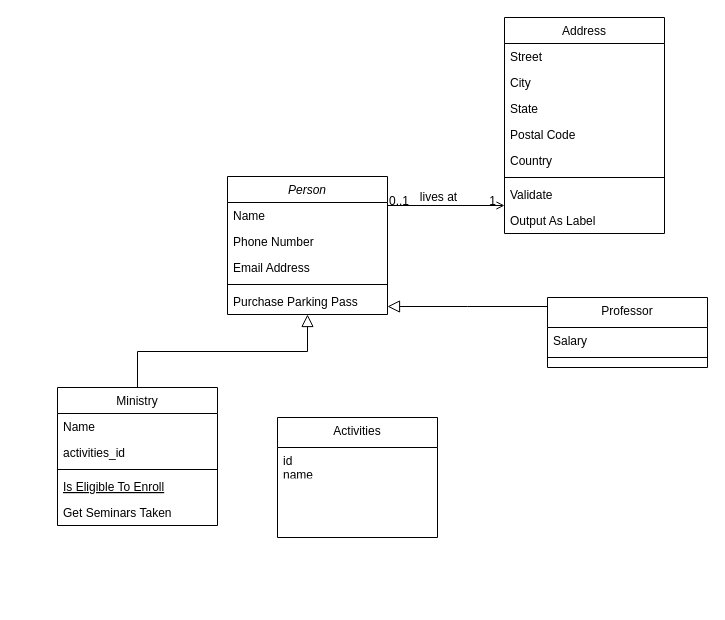
Above: Untitled Diagram.drawio in emillyvsl/arquivos-bd2023 (draw.io), before the change. Source tidied: cells renumbered, new cells numbered last; positions are measured from the earlier drawing's top-left corner, leaving out a move shared by most shapes. Both pictures are drawn from the tidied source at 100%, with x=0, y=0 at pixel (57, 17).
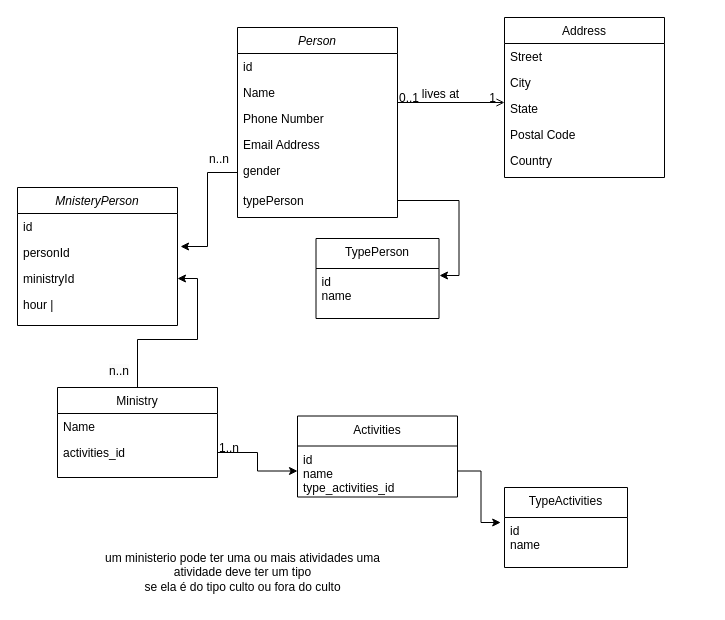
Above is the later version.

Unchanged cells that the change refers to:
```xml
<mxCell id="10" value="activities_id" style="text;align=left;verticalAlign=top;spacingLeft=4;spacingRight=4;overflow=hidden;points=[[0,0.5],[1,0.5]];portConstraint=eastwest;rounded=0;shadow=0;html=0;" parent="8" vertex="1">
  <mxGeometry y="52" width="160" height="26" as="geometry" />
</mxCell>
```

Diff of the diagram source:
```diff
@@
     <mxCell id="2" value="Person" style="swimlane;fontStyle=2;align=center;verticalAlign=top;horizontal=1;startSize=26;rounded=0;shadow=0;strokeWidth=1;" parent="1" vertex="1">
-      <mxGeometry x="170" y="159" width="160" height="138" as="geometry" />
+      <mxGeometry x="180" y="10" width="160" height="190" as="geometry" />
     </mxCell>
+    <mxCell id="34" value="id" style="text;align=left;verticalAlign=top;spacingLeft=4;spacingRight=4;overflow=hidden;" parent="2" vertex="1">
+      <mxGeometry y="26" width="160" height="26" as="geometry" />
+    </mxCell>
     <mxCell id="3" value="Name" style="text;align=left;verticalAlign=top;spacingLeft=4;spacingRight=4;overflow=hidden;" parent="2" vertex="1">
-      <mxGeometry y="26" width="160" height="26" as="geometry" />
+      <mxGeometry y="52" width="160" height="26" as="geometry" />
     </mxCell>
     <mxCell id="4" value="Phone Number" style="text;align=left;verticalAlign=top;spacingLeft=4;spacingRight=4;overflow=hidden;rounded=0;shadow=0;html=0;" parent="2" vertex="1">
-      <mxGeometry y="52" width="160" height="26" as="geometry" />
+      <mxGeometry y="78" width="160" height="26" as="geometry" />
     </mxCell>
     <mxCell id="5" value="Email Address" style="text;align=left;verticalAlign=top;spacingLeft=4;spacingRight=4;overflow=hidden;rounded=0;shadow=0;html=0;" parent="2" vertex="1">
-      <mxGeometry y="78" width="160" height="26" as="geometry" />
+      <mxGeometry y="104" width="160" height="26" as="geometry" />
     </mxCell>
-    <mxCell id="6" style="line;html=1;strokeWidth=1;align=left;verticalAlign=middle;spacingTop=-1;spacingLeft=3;spacingRight=3;labelPosition=right;" parent="2" vertex="1">
-      <mxGeometry y="104" width="160" height="8" as="geometry" />
-    </mxCell>
-    <mxCell id="7" value="Purchase Parking Pass" style="text;align=left;verticalAlign=top;spacingLeft=4;spacingRight=4;overflow=hidden;" parent="2" vertex="1">
-      <mxGeometry y="112" width="160" height="26" as="geometry" />
-    </mxCell>
+    <mxCell id="35" value="gender" style="text;align=left;verticalAlign=top;spacingLeft=4;spacingRight=4;overflow=hidden;points=[[0,0.5],[1,0.5]];portConstraint=eastwest;" parent="2" vertex="1">
+      <mxGeometry y="130" width="160" height="30" as="geometry" />
+    </mxCell>
+    <mxCell id="36" value="typePerson" style="text;align=left;verticalAlign=top;spacingLeft=4;spacingRight=4;overflow=hidden;points=[[0,0.5],[1,0.5]];portConstraint=eastwest;rounded=0;shadow=0;html=0;" parent="2" vertex="1">
+      <mxGeometry y="160" width="160" height="26" as="geometry" />
+    </mxCell>
+    <mxCell id="37" style="edgeStyle=orthogonalEdgeStyle;rounded=0;jettySize=auto;html=1;exitX=0.5;exitY=0;exitDx=0;exitDy=0;entryX=1;entryY=0.5;entryDx=0;entryDy=0;" parent="1" edge="1" source="8" target="47">
+      <mxGeometry relative="1" as="geometry" />
+    </mxCell>
     <mxCell id="8" value="Ministry" style="swimlane;fontStyle=0;align=center;verticalAlign=top;horizontal=1;startSize=26;rounded=0;shadow=0;strokeWidth=1;" parent="1" vertex="1">
-      <mxGeometry y="370" width="160" height="138" as="geometry" />
+      <mxGeometry y="370" width="160" height="90" as="geometry" />
     </mxCell>
@@
-    <mxCell id="11" style="line;html=1;strokeWidth=1;align=left;verticalAlign=middle;spacingTop=-1;spacingLeft=3;spacingRight=3;labelPosition=right;" parent="8" vertex="1">
-      <mxGeometry y="78" width="160" height="8" as="geometry" />
-    </mxCell>
-    <mxCell id="12" value="Is Eligible To Enroll" style="text;align=left;verticalAlign=top;spacingLeft=4;spacingRight=4;overflow=hidden;fontStyle=4;" parent="8" vertex="1">
-      <mxGeometry y="86" width="160" height="26" as="geometry" />
-    </mxCell>
-    <mxCell id="13" value="Get Seminars Taken" style="text;align=left;verticalAlign=top;spacingLeft=4;spacingRight=4;overflow=hidden;" parent="8" vertex="1">
-      <mxGeometry y="112" width="160" height="26" as="geometry" />
-    </mxCell>
-    <mxCell id="14" style="endArrow=block;endSize=10;endFill=0;shadow=0;strokeWidth=1;rounded=0;edgeStyle=elbowEdgeStyle;elbow=vertical;" parent="1" edge="1" source="8" target="2">
-      <mxGeometry relative="1" as="geometry" />
-    </mxCell>
-    <mxCell id="15" value="Professor" style="swimlane;fontStyle=0;align=center;verticalAlign=top;horizontal=1;startSize=30;rounded=0;shadow=0;strokeWidth=1;" parent="1" vertex="1">
-      <mxGeometry x="490" y="280" width="160" height="70" as="geometry" />
-    </mxCell>
-    <mxCell id="16" value="Salary" style="text;align=left;verticalAlign=top;spacingLeft=4;spacingRight=4;overflow=hidden;" parent="15" vertex="1">
-      <mxGeometry y="30" width="160" height="26" as="geometry" />
-    </mxCell>
-    <mxCell id="17" style="line;html=1;strokeWidth=1;align=left;verticalAlign=middle;spacingTop=-1;spacingLeft=3;spacingRight=3;labelPosition=right;" parent="15" vertex="1">
-      <mxGeometry y="56" width="160" height="8" as="geometry" />
-    </mxCell>
-    <mxCell id="18" style="endArrow=block;endSize=10;endFill=0;shadow=0;strokeWidth=1;rounded=0;edgeStyle=elbowEdgeStyle;elbow=vertical;" parent="1" edge="1" source="15" target="2">
-      <mxGeometry relative="1" as="geometry" />
-    </mxCell>
     <mxCell id="19" value="Address" style="swimlane;fontStyle=0;align=center;verticalAlign=top;horizontal=1;startSize=26;rounded=0;shadow=0;strokeWidth=1;" parent="1" vertex="1">
-      <mxGeometry x="447" width="160" height="216" as="geometry" />
+      <mxGeometry x="447" width="160" height="160" as="geometry" />
     </mxCell>
@@
-    <mxCell id="25" style="line;html=1;strokeWidth=1;align=left;verticalAlign=middle;spacingTop=-1;spacingLeft=3;spacingRight=3;labelPosition=right;" parent="19" vertex="1">
-      <mxGeometry y="156" width="160" height="8" as="geometry" />
-    </mxCell>
-    <mxCell id="26" value="Validate" style="text;align=left;verticalAlign=top;spacingLeft=4;spacingRight=4;overflow=hidden;" parent="19" vertex="1">
-      <mxGeometry y="164" width="160" height="26" as="geometry" />
-    </mxCell>
-    <mxCell id="27" value="Output As Label" style="text;align=left;verticalAlign=top;spacingLeft=4;spacingRight=4;overflow=hidden;" parent="19" vertex="1">
-      <mxGeometry y="190" width="160" height="26" as="geometry" />
-    </mxCell>
@@
     <mxCell id="32" value="Activities" style="swimlane;fontStyle=0;align=center;verticalAlign=top;horizontal=1;startSize=30;rounded=0;shadow=0;strokeWidth=1;" parent="1" vertex="1">
-      <mxGeometry x="220" y="400" width="160" height="120" as="geometry" />
+      <mxGeometry x="240" y="398.5" width="160" height="81" as="geometry" />
     </mxCell>
-    <mxCell id="33" value="id&#10;name&#10;&#10;" style="text;align=left;verticalAlign=top;spacingLeft=4;spacingRight=4;overflow=hidden;points=[[0,0.5],[1,0.5]];portConstraint=eastwest;" parent="32" vertex="1">
-      <mxGeometry y="30" width="160" height="26" as="geometry" />
+    <mxCell id="33" value="id&#10;name&#10;type_activities_id&#10;&#10;" style="text;align=left;verticalAlign=top;spacingLeft=4;spacingRight=4;overflow=hidden;points=[[0,0.5],[1,0.5]];portConstraint=eastwest;" parent="32" vertex="1">
+      <mxGeometry y="30" width="160" height="50" as="geometry" />
     </mxCell>
+    <mxCell id="38" style="edgeStyle=orthogonalEdgeStyle;rounded=0;jettySize=auto;html=1;" parent="1" edge="1" source="10" target="33">
+      <mxGeometry relative="1" as="geometry" />
+    </mxCell>
+    <mxCell id="39" value="1..n" style="align=left;verticalAlign=bottom;labelBackgroundColor=none;fontSize=12;" parent="1" vertex="1">
+      <mxGeometry x="160" y="439" as="geometry" />
+    </mxCell>
+    <mxCell id="40" value="TypeActivities" style="swimlane;fontStyle=0;align=center;verticalAlign=top;horizontal=1;startSize=30;rounded=0;shadow=0;strokeWidth=1;" parent="1" vertex="1">
+      <mxGeometry x="447" y="470" width="123" height="80" as="geometry" />
+    </mxCell>
+    <mxCell id="41" value="id&#10;name" style="text;align=left;verticalAlign=top;spacingLeft=4;spacingRight=4;overflow=hidden;points=[[0,0.5],[1,0.5]];portConstraint=eastwest;" parent="40" vertex="1">
+      <mxGeometry y="30" width="123" height="40" as="geometry" />
+    </mxCell>
+    <mxCell id="42" style="edgeStyle=orthogonalEdgeStyle;rounded=0;jettySize=auto;html=1;exitX=1;exitY=0.5;exitDx=0;exitDy=0;entryX=-0.031;entryY=0.125;entryDx=0;entryDy=0;entryPerimeter=0;" parent="1" edge="1" source="33" target="41">
+      <mxGeometry relative="1" as="geometry" />
+    </mxCell>
+    <mxCell id="43" value="um ministerio pode ter uma ou mais atividades uma &lt;br&gt;atividade deve ter um tipo&lt;br&gt;se ela é do tipo culto ou fora do culto" style="text;html=1;align=center;verticalAlign=middle;strokeColor=none;fillColor=none;" parent="1" vertex="1">
+      <mxGeometry x="35" y="525" width="300" height="60" as="geometry" />
+    </mxCell>
+    <mxCell id="44" value="MnisteryPerson" style="swimlane;fontStyle=2;align=center;verticalAlign=top;horizontal=1;startSize=26;rounded=0;shadow=0;strokeWidth=1;" parent="1" vertex="1">
+      <mxGeometry x="-40" y="170" width="160" height="138" as="geometry" />
+    </mxCell>
+    <mxCell id="45" value="id" style="text;align=left;verticalAlign=top;spacingLeft=4;spacingRight=4;overflow=hidden;" parent="44" vertex="1">
+      <mxGeometry y="26" width="160" height="26" as="geometry" />
+    </mxCell>
+    <mxCell id="46" value="personId" style="text;align=left;verticalAlign=top;spacingLeft=4;spacingRight=4;overflow=hidden;points=[[0,0.5],[1,0.5]];portConstraint=eastwest;rounded=0;shadow=0;html=0;" parent="44" vertex="1">
+      <mxGeometry y="52" width="160" height="26" as="geometry" />
+    </mxCell>
+    <mxCell id="47" value="ministryId" style="text;align=left;verticalAlign=top;spacingLeft=4;spacingRight=4;overflow=hidden;points=[[0,0.5],[1,0.5]];portConstraint=eastwest;rounded=0;shadow=0;html=0;" parent="44" vertex="1">
+      <mxGeometry y="78" width="160" height="26" as="geometry" />
+    </mxCell>
+    <mxCell id="48" value="hour |" style="text;align=left;verticalAlign=top;spacingLeft=4;spacingRight=4;overflow=hidden;rounded=0;shadow=0;html=0;" parent="44" vertex="1">
+      <mxGeometry y="104" width="160" height="26" as="geometry" />
+    </mxCell>
+    <mxCell id="49" style="edgeStyle=orthogonalEdgeStyle;rounded=0;jettySize=auto;html=1;exitX=0;exitY=0.5;exitDx=0;exitDy=0;entryX=1.019;entryY=0.269;entryDx=0;entryDy=0;entryPerimeter=0;" parent="1" edge="1" source="35" target="46">
+      <mxGeometry relative="1" as="geometry" />
+    </mxCell>
+    <mxCell id="50" value="n..n" style="align=left;verticalAlign=bottom;labelBackgroundColor=none;fontSize=12;" parent="1" vertex="1">
+      <mxGeometry x="150" y="150" as="geometry" />
+    </mxCell>
+    <mxCell id="51" value="&lt;span style=&quot;color: rgb(0, 0, 0); font-family: Helvetica; font-size: 12px; font-style: normal; font-variant-ligatures: normal; font-variant-caps: normal; font-weight: 400; letter-spacing: normal; orphans: 2; text-align: left; text-indent: 0px; text-transform: none; widows: 2; word-spacing: 0px; -webkit-text-stroke-width: 0px; background-color: rgb(251, 251, 251); text-decoration-thickness: initial; text-decoration-style: initial; text-decoration-color: initial; float: none; display: inline !important;&quot;&gt;n..n&lt;/span&gt;" style="text;whiteSpace=wrap;html=1;" parent="1" vertex="1">
+      <mxGeometry x="50" y="340" width="50" height="40" as="geometry" />
+    </mxCell>
+    <mxCell id="52" value="TypePerson" style="swimlane;fontStyle=0;align=center;verticalAlign=top;horizontal=1;startSize=30;rounded=0;shadow=0;strokeWidth=1;" parent="1" vertex="1">
+      <mxGeometry x="258.5" y="221" width="123" height="80" as="geometry" />
+    </mxCell>
+    <mxCell id="53" value="id&#10;name" style="text;align=left;verticalAlign=top;spacingLeft=4;spacingRight=4;overflow=hidden;points=[[0,0.5],[1,0.5]];portConstraint=eastwest;" parent="52" vertex="1">
+      <mxGeometry y="30" width="123" height="40" as="geometry" />
+    </mxCell>
+    <mxCell id="54" style="edgeStyle=orthogonalEdgeStyle;rounded=0;jettySize=auto;html=1;exitX=1;exitY=0.5;exitDx=0;exitDy=0;entryX=1.004;entryY=0.175;entryDx=0;entryDy=0;entryPerimeter=0;" parent="1" edge="1" source="36" target="53">
+      <mxGeometry relative="1" as="geometry" />
+    </mxCell>
```
